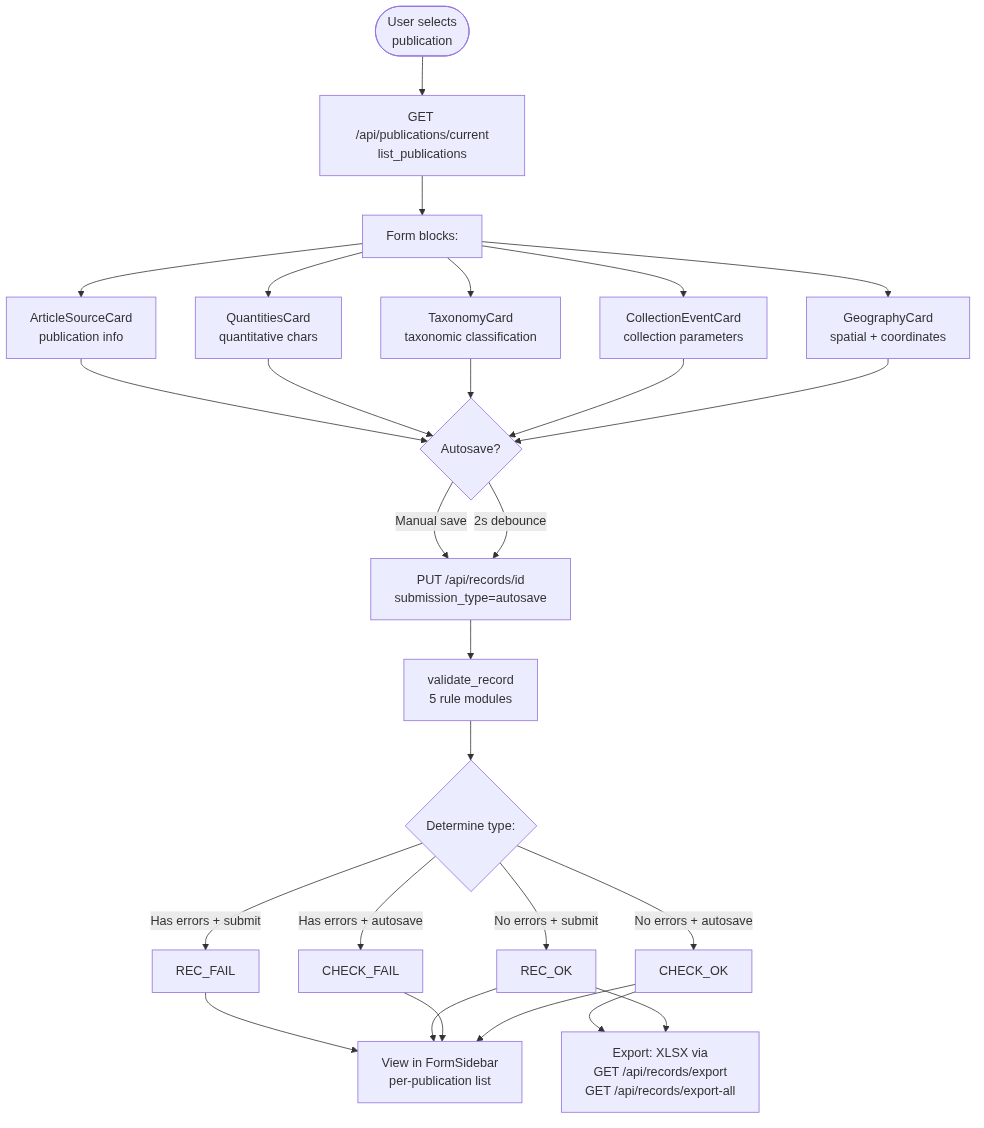
This is docs/diagrams/record-filling.png from Faunistica/Faunistica_4.0, a Mermaid export, as it was before one commit. Its source is kept beside it as docs/diagrams/record-filling.mmd. Its diagram source:
```mermaid
flowchart TD
    Start([User selects<br/>publication]) --> Pub[GET /api/publications/current<br/>list_publications]
    Pub --> Form[Form blocks:]

    Form --> Geo[GeographyCard<br/>spatial + coordinates]
    Form --> Coll[CollectionEventCard<br/>collection parameters]
    Form --> Tax[TaxonomyCard<br/>taxonomic classification]
    Form --> Quan[QuantitiesCard<br/>quantitative chars]
    Form --> Art[ArticleSourceCard<br/>publication info]

    Geo --> Auto{Autosave?}
    Coll --> Auto
    Tax --> Auto
    Quan --> Auto
    Art --> Auto

    Auto -->|2s debounce| Save[PUT /api/records/id<br/>submission_type=autosave]
    Auto -->|Manual save| Save

    Save --> Validate[validate_record<br/>5 rule modules]
    Validate --> Type{Determine type:}

    Type -->|No errors + autosave| CK[CHECK_OK]
    Type -->|Has errors + autosave| CF[CHECK_FAIL]
    Type -->|No errors + submit| OK[REC_OK]
    Type -->|Has errors + submit| FL[REC_FAIL]

    CK --> Sidebar[View in FormSidebar<br/>per-publication list]
    CF --> Sidebar
    OK --> Sidebar
    FL --> Sidebar

    OK --> Export[Export: XLSX via<br/>GET /api/records/export<br/>GET /api/records/export-all]
    CK --> Export
```
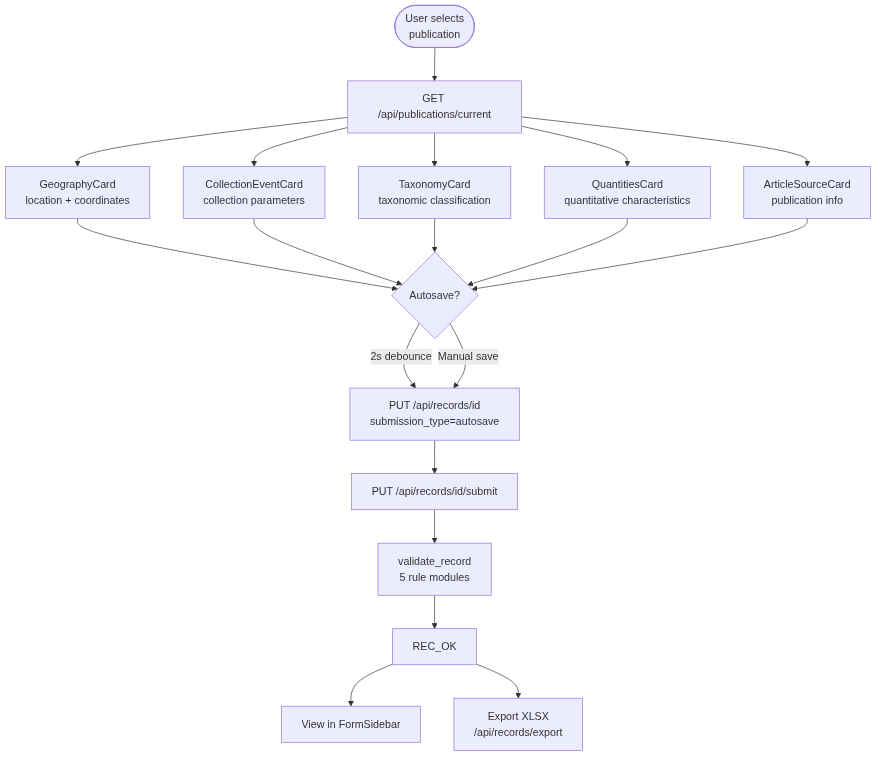
The same file after the commit.

What changed in the source:
```diff
@@ -1,34 +1,18 @@
 flowchart TD
-    Start([User selects<br/>publication]) --> Pub[GET /api/publications/current<br/>list_publications]
-    Pub --> Form[Form blocks:]
+    Start([User selects<br/>publication]) --> Pub[GET /api/publications/current]
+    Pub --> Geo[GeographyCard<br/>location + coordinates]
+    Pub --> Coll[CollectionEventCard<br/>collection parameters]
+    Pub --> Tax[TaxonomyCard<br/>taxonomic classification]
+    Pub --> Quan[QuantitiesCard<br/>quantitative characteristics]
+    Pub --> Art[ArticleSourceCard<br/>publication info]
 
-    Form --> Geo[GeographyCard<br/>spatial + coordinates]
-    Form --> Coll[CollectionEventCard<br/>collection parameters]
-    Form --> Tax[TaxonomyCard<br/>taxonomic classification]
-    Form --> Quan[QuantitiesCard<br/>quantitative chars]
-    Form --> Art[ArticleSourceCard<br/>publication info]
-
-    Geo --> Auto{Autosave?}
-    Coll --> Auto
-    Tax --> Auto
-    Quan --> Auto
-    Art --> Auto
+    Geo & Coll & Tax & Quan & Art --> Auto{Autosave?}
 
     Auto -->|2s debounce| Save[PUT /api/records/id<br/>submission_type=autosave]
     Auto -->|Manual save| Save
 
-    Save --> Validate[validate_record<br/>5 rule modules]
-    Validate --> Type{Determine type:}
-
-    Type -->|No errors + autosave| CK[CHECK_OK]
-    Type -->|Has errors + autosave| CF[CHECK_FAIL]
-    Type -->|No errors + submit| OK[REC_OK]
-    Type -->|Has errors + submit| FL[REC_FAIL]
-
-    CK --> Sidebar[View in FormSidebar<br/>per-publication list]
-    CF --> Sidebar
-    OK --> Sidebar
-    FL --> Sidebar
-
-    OK --> Export[Export: XLSX via<br/>GET /api/records/export<br/>GET /api/records/export-all]
-    CK --> Export
+    Save --> Submit[PUT /api/records/id/submit]
+    Submit --> Valid[validate_record<br/>5 rule modules]
+    Valid --> Ok[REC_OK]
+    Ok --> Sidebar[View in FormSidebar]
+    Ok --> Export[Export XLSX<br/>/api/records/export]
```
